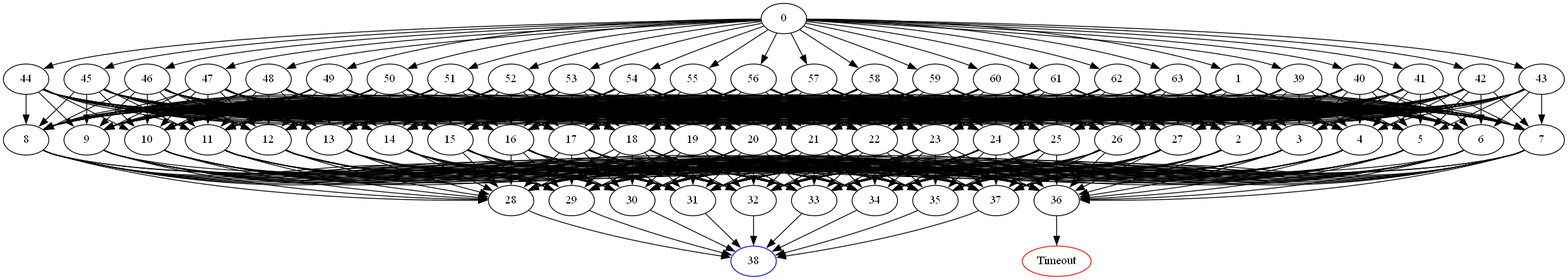
Above: DomainPicture/x9hg8.05356.comdirected_graph.png in Asikl/MazeMapper (Graphviz), before the change. Its source is kept beside it as DomainPicture/x9hg8.05356.comdirected_graph.dot.
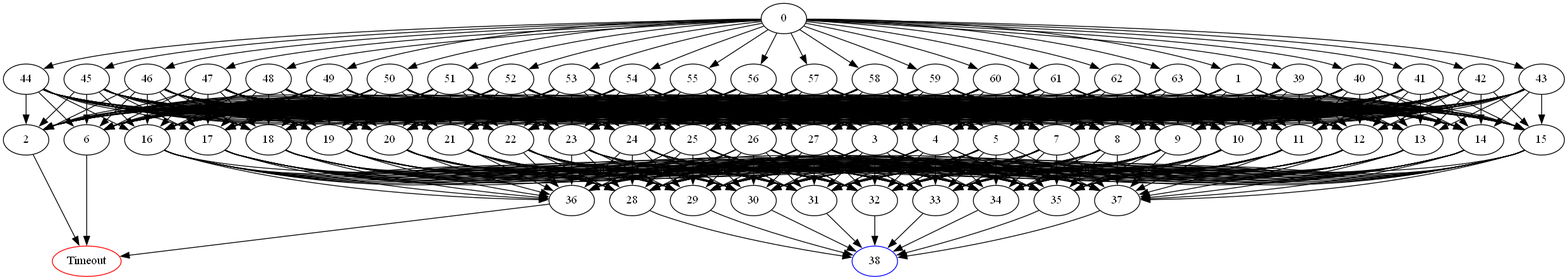
Later version of the same file.

Change to the diagram source:
```diff
@@ -51,16 +51,8 @@
 	1 -> 25;
 	1 -> 26;
 	1 -> 27;
-	2 -> 28;
-	2 -> 29;
-	2 -> 30;
-	2 -> 31;
-	2 -> 32;
-	2 -> 33;
-	2 -> 34;
-	2 -> 35;
-	2 -> 36;
-	2 -> 37;
+	2 -> "Timeout";
+Timeout [color=red];
 	3 -> 28;
 	3 -> 29;
 	3 -> 30;
@@ -91,16 +83,8 @@
 	5 -> 35;
 	5 -> 36;
 	5 -> 37;
-	6 -> 28;
-	6 -> 29;
-	6 -> 30;
-	6 -> 31;
-	6 -> 32;
-	6 -> 33;
-	6 -> 34;
-	6 -> 35;
-	6 -> 36;
-	6 -> 37;
+	6 -> "Timeout";
+Timeout [color=red];
 	7 -> 28;
 	7 -> 29;
 	7 -> 30;
```
